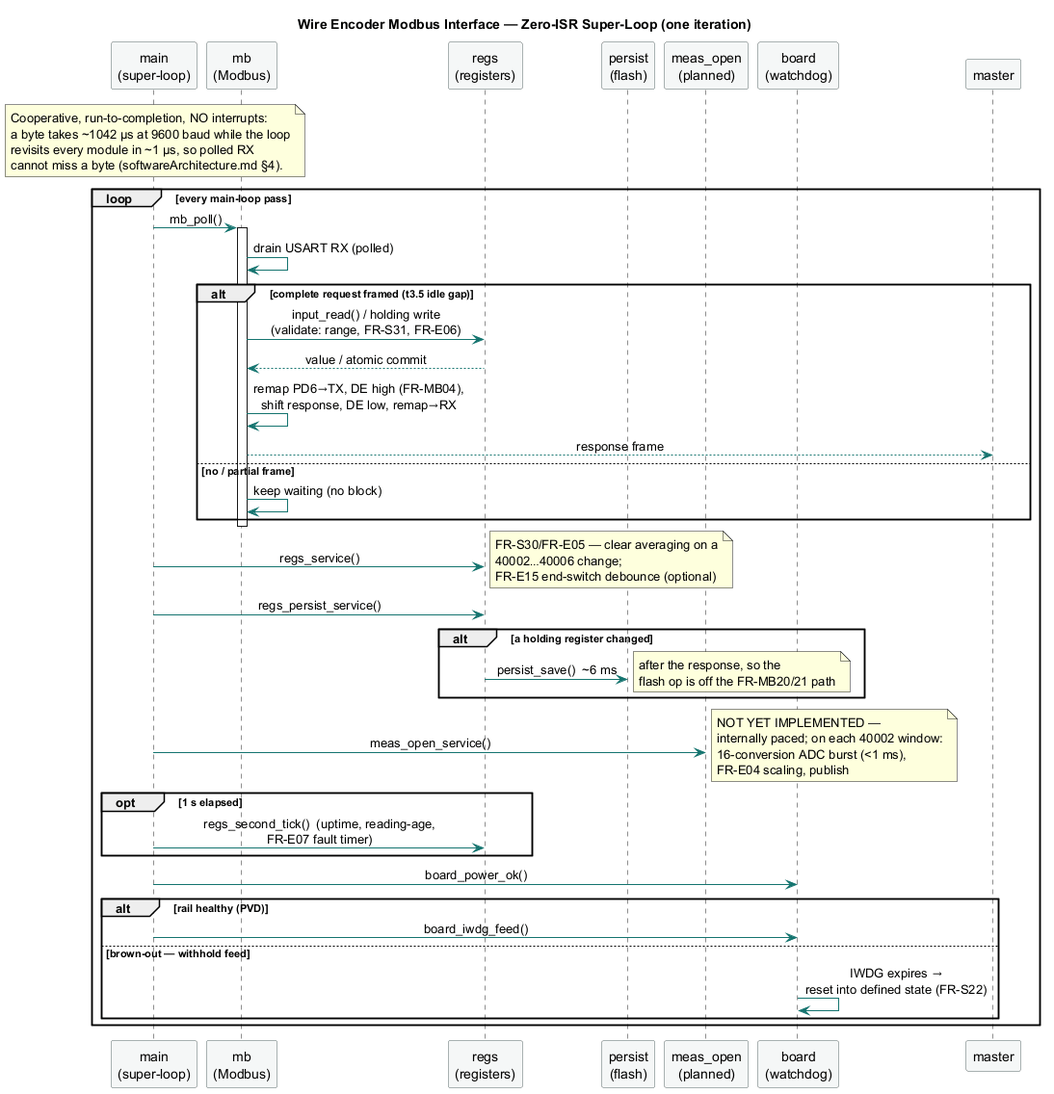
Earlier version of the PlantUML export design/diagrams/superloop_sequence.png (pe1mew/wire-encoder-modbus-interface).
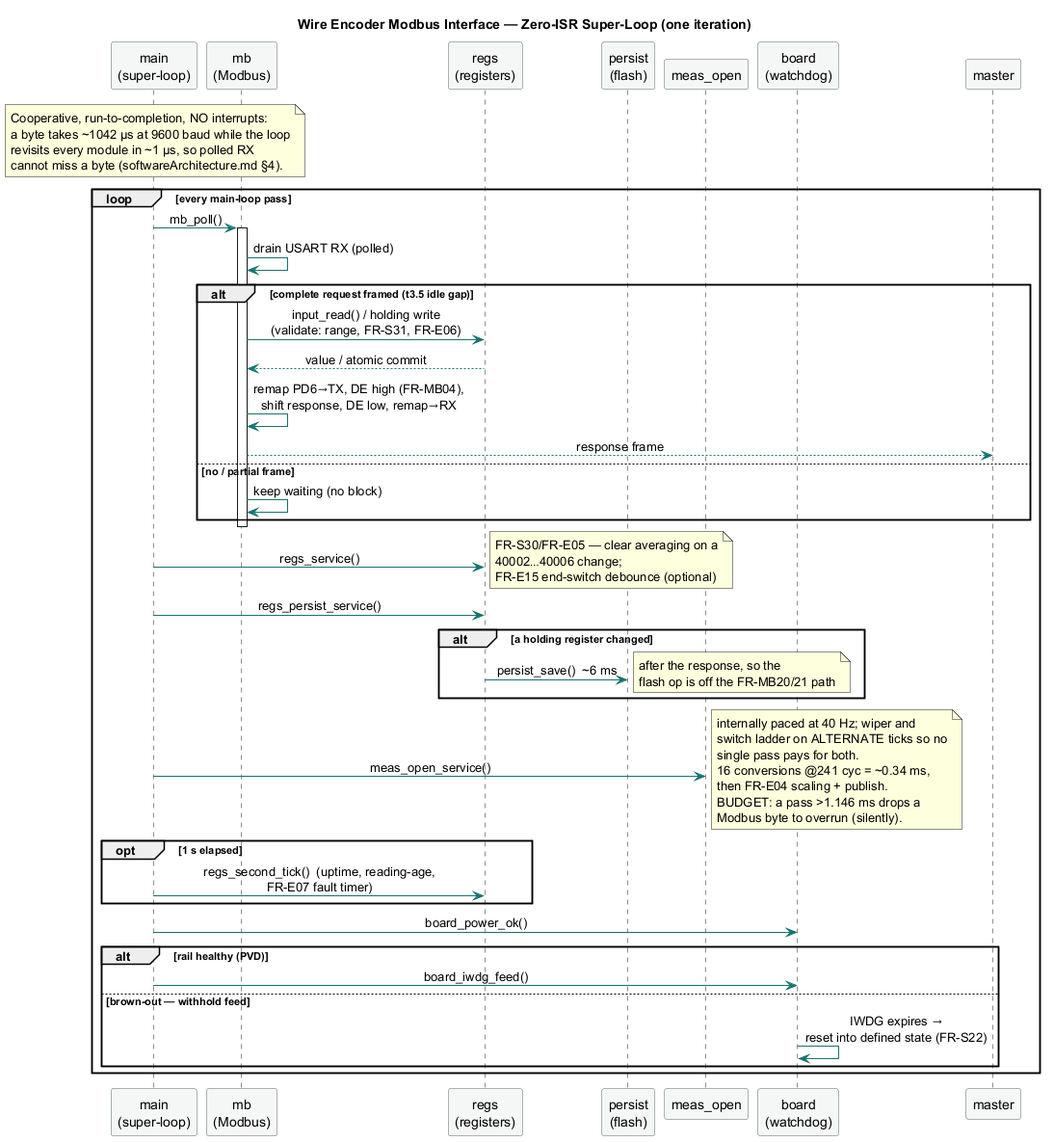
Above is the later version.

What changed in the source:
```diff
@@ -11,7 +11,7 @@
 participant "mb\n(Modbus)" as mb
 participant "regs\n(registers)" as regs
 participant "persist\n(flash)" as persist
-participant "meas_open\n(planned)" as meas
+participant "meas_open" as meas
 participant "board\n(watchdog)" as board
 
 note over main
@@ -45,7 +45,7 @@
   end
 
   main -> meas : meas_open_service()
-  note right : NOT YET IMPLEMENTED —\ninternally paced; on each 40002 window:\n16-conversion ADC burst (<1 ms),\nFR-E04 scaling, publish
+  note right : internally paced at 40 Hz; wiper and\nswitch ladder on ALTERNATE ticks so no\nsingle pass pays for both.\n16 conversions @241 cyc = ~0.34 ms,\nthen FR-E04 scaling + publish.\nBUDGET: a pass >1.146 ms drops a\nModbus byte to overrun (silently).
 
   opt 1 s elapsed
     main -> regs : regs_second_tick()  (uptime, reading-age,\nFR-E07 fault timer)
```
